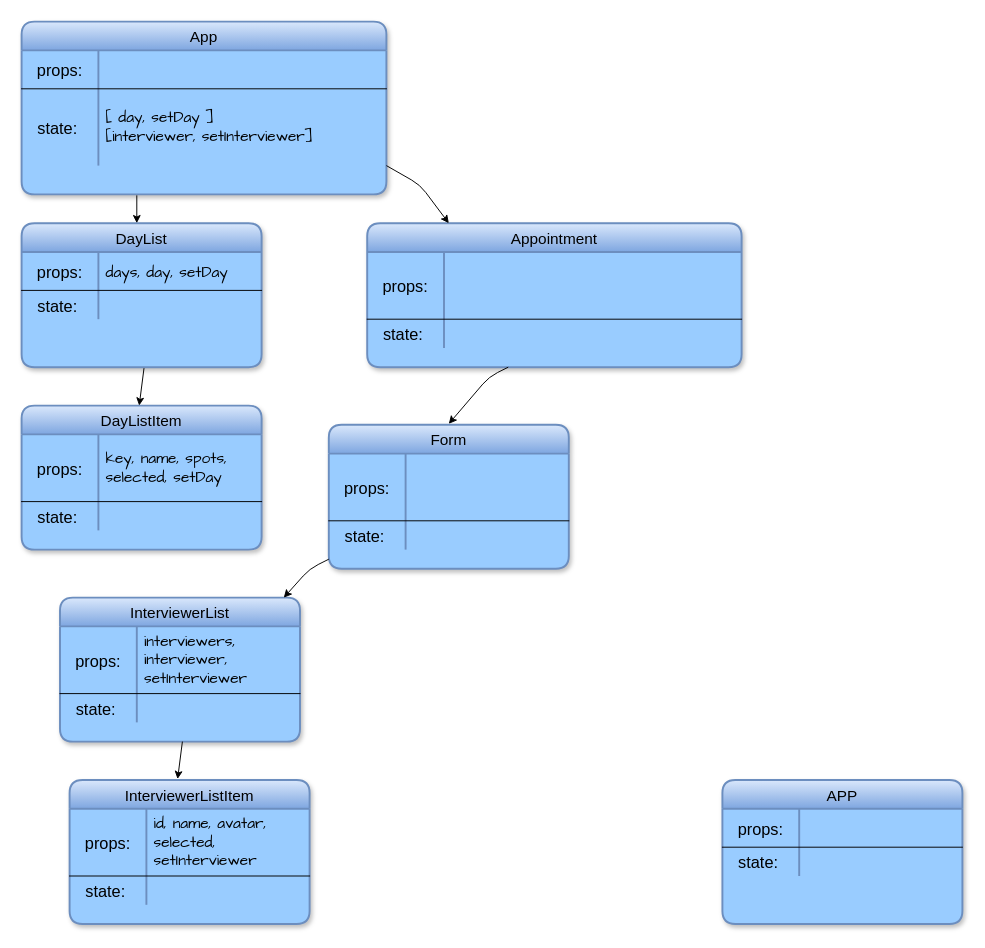
Earlier version of the draw.io diagram scheduler-frontend-map.drawio (danunder/scheduler). Source tidied: cells renumbered, new cells numbered last; positions are measured from the earlier drawing's top-left corner, leaving out a move shared by most shapes. Both pictures are drawn from the tidied source at 96%, with x=0, y=0 at pixel (21, 21).
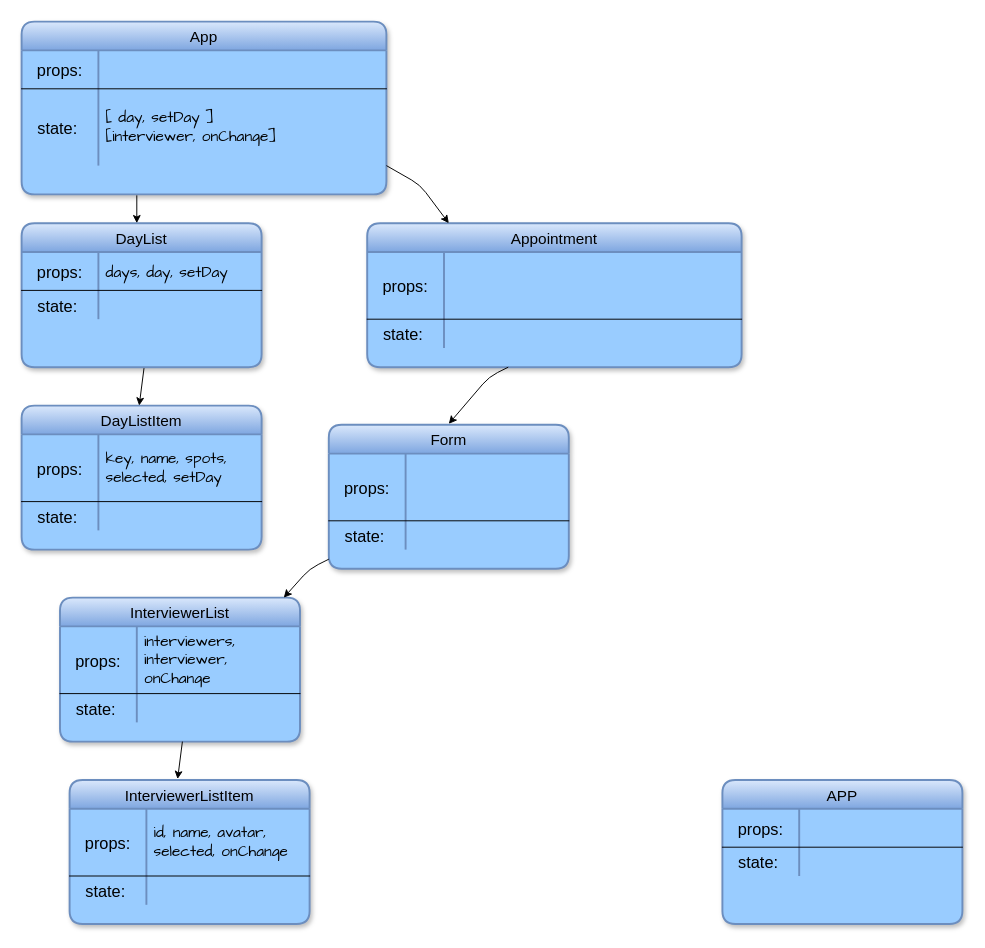
The same page after the edit.

Unchanged cells that the change refers to:
```xml
<mxCell id="6" style="shape=partialRectangle;fillColor=none;top=0;left=0;right=0;bottom=0;" parent="2" vertex="1">
  <mxGeometry y="70" width="380" height="80" as="geometry" />
</mxCell>
<mxCell id="24" style="shape=partialRectangle;fillColor=none;top=0;left=0;right=0;bottom=1;" parent="23" vertex="1">
  <mxGeometry y="30" width="250" height="70" as="geometry" />
</mxCell>
<mxCell id="40" style="shape=partialRectangle;fillColor=none;top=0;left=0;right=0;bottom=1;" parent="39" vertex="1">
  <mxGeometry y="30" width="250" height="70" as="geometry" />
</mxCell>
```

Diff of the diagram source:
```diff
@@
-    <mxCell id="8" value="[ day, setDay ]&#10;[interviewer, setInterviewer]" style="shape=partialRectangle;overflow=hidden;fillColor=none;top=0;left=0;bottom=0;right=0;align=left;spacingLeft=6;fontFamily=Comic Sans MS;fontSize=16;whiteSpace=wrap;" parent="6" vertex="1">
+    <mxCell id="8" value="[ day, setDay ]&#10;[interviewer, onChange]" style="shape=partialRectangle;overflow=hidden;fillColor=none;top=0;left=0;bottom=0;right=0;align=left;spacingLeft=6;fontFamily=Comic Sans MS;fontSize=16;whiteSpace=wrap;" parent="6" vertex="1">
       <mxGeometry x="80" width="300" height="80" as="geometry" />
     </mxCell>
@@
-    <mxCell id="26" value="interviewers, interviewer, setInterviewer" style="shape=partialRectangle;overflow=hidden;fillColor=none;top=0;left=0;bottom=0;right=0;align=left;spacingLeft=6;fontStyle=0;dashed=1;strokeColor=none;fontFamily=Comic Sans MS;fontSize=16;whiteSpace=wrap;labelBorderColor=none;" parent="24" vertex="1">
+    <mxCell id="26" value="interviewers, interviewer, onChange" style="shape=partialRectangle;overflow=hidden;fillColor=none;top=0;left=0;bottom=0;right=0;align=left;spacingLeft=6;fontStyle=0;dashed=1;strokeColor=none;fontFamily=Comic Sans MS;fontSize=16;whiteSpace=wrap;labelBorderColor=none;" parent="24" vertex="1">
       <mxGeometry x="80" width="170" height="70" as="geometry" />
     </mxCell>
@@
-    <mxCell id="42" value="id, name, avatar, selected, setInterviewer" style="shape=partialRectangle;overflow=hidden;fillColor=none;top=0;left=0;bottom=0;right=0;align=left;spacingLeft=6;fontStyle=0;dashed=1;strokeColor=none;fontFamily=Comic Sans MS;fontSize=16;whiteSpace=wrap;" parent="40" vertex="1">
+    <mxCell id="42" value="id, name, avatar, selected, onChange" style="shape=partialRectangle;overflow=hidden;fillColor=none;top=0;left=0;bottom=0;right=0;align=left;spacingLeft=6;fontStyle=0;dashed=1;strokeColor=none;fontFamily=Comic Sans MS;fontSize=16;whiteSpace=wrap;" parent="40" vertex="1">
       <mxGeometry x="80" width="170" height="70" as="geometry" />
     </mxCell>
```
